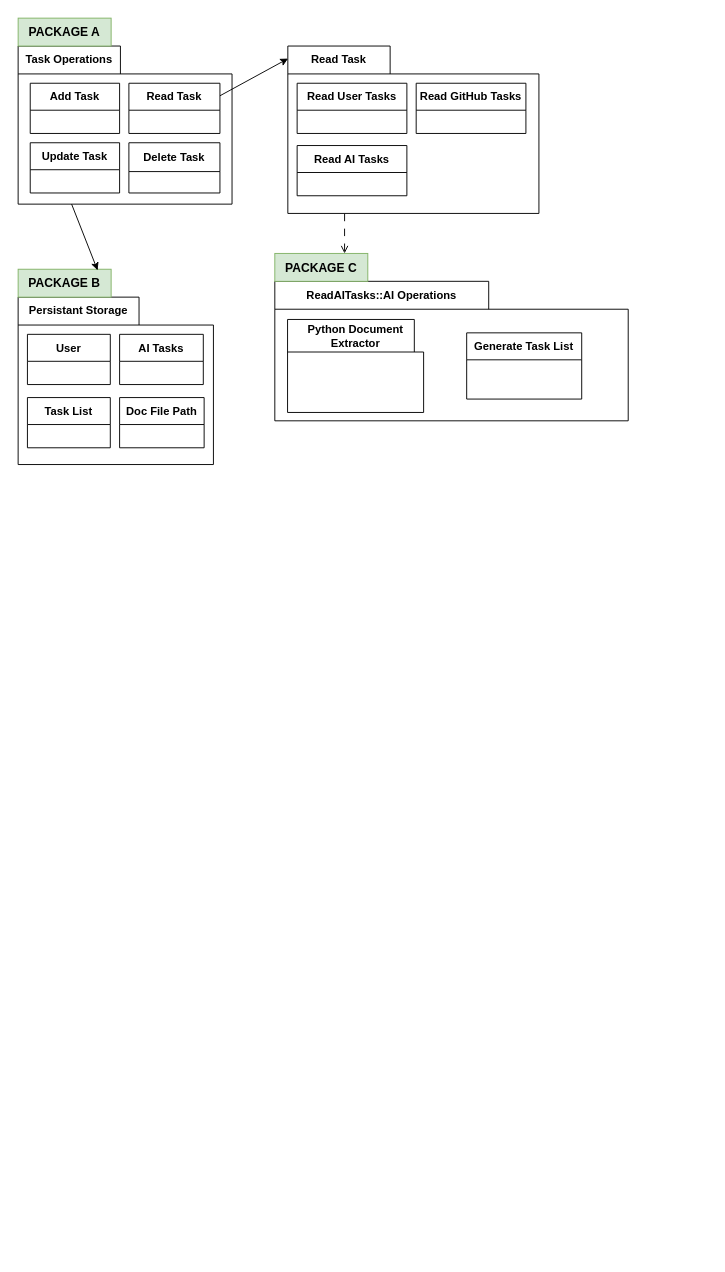
The draw.io diagram .THE OFFICE/Package Diagram AnB.drawio in eZweni-Projects/DevMGMT, before the edit. Source tidied: cells renumbered, new cells numbered last; positions are measured from the earlier drawing's top-left corner, leaving out a move shared by most shapes. Both pictures are drawn from the tidied source at 93%, with x=0, y=0 at pixel (18, 18).
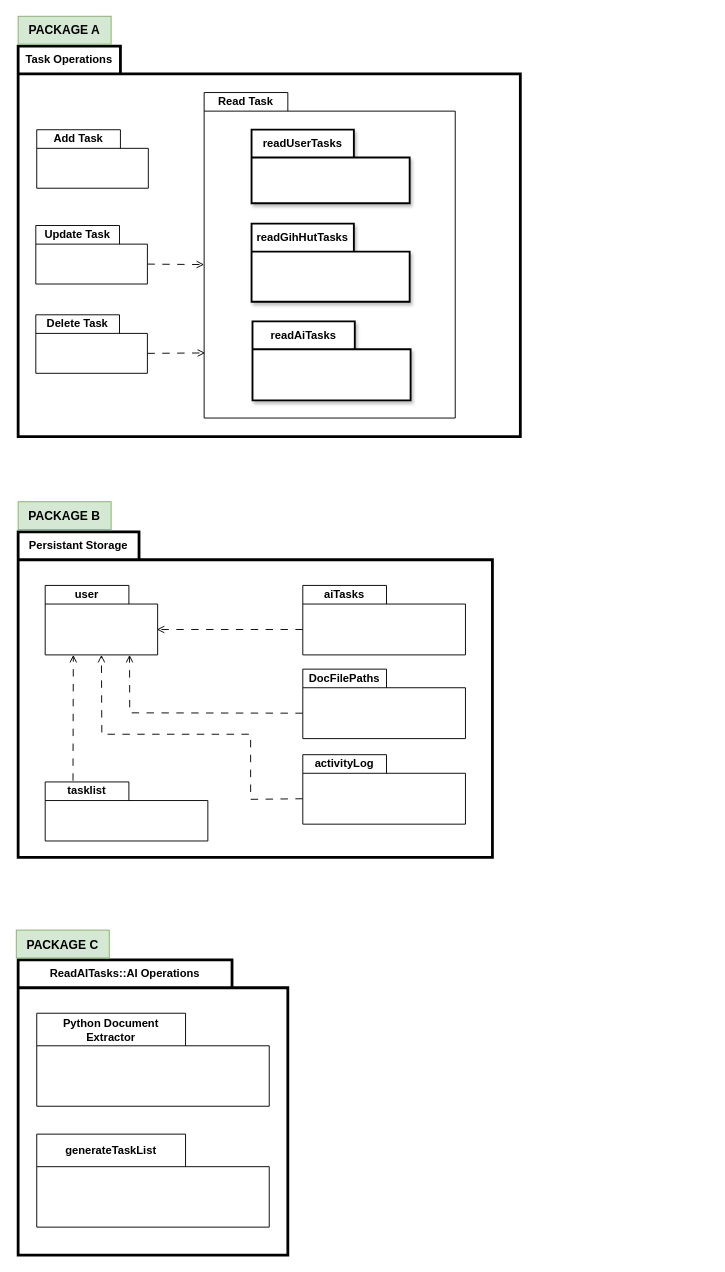
Above is the later version.

The edit, as a diff of the source:
```diff
@@
-    <mxCell id="2" value="Task Operations" style="shape=folder;fontStyle=1;tabWidth=110;tabHeight=30;tabPosition=left;html=1;boundedLbl=1;labelInHeader=1;whiteSpace=wrap;" parent="1" vertex="1">
-      <mxGeometry y="30" width="230" height="170" as="geometry" />
+    <mxCell id="2" value="Task Operations" style="shape=folder;fontStyle=1;tabWidth=110;tabHeight=30;tabPosition=left;html=1;boundedLbl=1;labelInHeader=1;whiteSpace=wrap;strokeWidth=3;" parent="1" vertex="1">
+      <mxGeometry y="30" width="540" height="420" as="geometry" />
     </mxCell>
     <mxCell id="3" style="html=1;strokeColor=none;fillColor=none;whiteSpace=wrap;" parent="2" vertex="1">
-      <mxGeometry width="230" height="113.83" relative="1" as="geometry">
+      <mxGeometry width="540" height="281.22" relative="1" as="geometry">
         <mxPoint y="30" as="offset" />
       </mxGeometry>
     </mxCell>
-    <mxCell id="4" value="Add Task" style="swimlane;fontStyle=1;align=center;verticalAlign=middle;horizontal=1;startSize=29;html=1;whiteSpace=wrap;" parent="2" vertex="1">
-      <mxGeometry x="13" y="40" width="96.1" height="54" as="geometry" />
-    </mxCell>
-    <mxCell id="5" value="Read Task" style="swimlane;fontStyle=1;align=center;verticalAlign=middle;horizontal=1;startSize=29;html=1;whiteSpace=wrap;" parent="2" vertex="1">
-      <mxGeometry x="119.1" y="40" width="97.9" height="54" as="geometry" />
-    </mxCell>
-    <mxCell id="6" value="Update Task" style="swimlane;fontStyle=1;align=center;verticalAlign=middle;horizontal=1;startSize=29;html=1;whiteSpace=wrap;" parent="2" vertex="1">
-      <mxGeometry x="13" y="104" width="96.1" height="54" as="geometry" />
+    <mxCell id="6" value="Update Task" style="shape=folder;fontStyle=1;tabWidth=90;tabHeight=20;tabPosition=left;html=1;boundedLbl=1;labelInHeader=1;whiteSpace=wrap;" parent="2" vertex="1">
+      <mxGeometry x="19" y="193" width="120" height="62.9" as="geometry" />
     </mxCell>
+    <mxCell id="30" style="html=1;strokeColor=none;fillColor=none;whiteSpace=wrap;" parent="6" vertex="1">
+      <mxGeometry width="120" height="44.06" relative="1" as="geometry">
+        <mxPoint y="30" as="offset" />
+      </mxGeometry>
+    </mxCell>
-    <mxCell id="7" value="Delete Task" style="swimlane;fontStyle=1;align=center;verticalAlign=middle;horizontal=1;startSize=31;html=1;whiteSpace=wrap;" parent="2" vertex="1">
-      <mxGeometry x="119.1" y="104" width="97.9" height="54" as="geometry" />
+    <mxCell id="7" value="Delete Task" style="shape=folder;fontStyle=1;tabWidth=90;tabHeight=20;tabPosition=left;html=1;boundedLbl=1;labelInHeader=1;whiteSpace=wrap;" parent="2" vertex="1">
+      <mxGeometry x="19" y="289" width="120" height="62.9" as="geometry" />
     </mxCell>
-    <mxCell id="8" value="Read Task" style="shape=folder;fontStyle=1;tabWidth=110;tabHeight=30;tabPosition=left;html=1;boundedLbl=1;labelInHeader=1;whiteSpace=wrap;" parent="1" vertex="1">
-      <mxGeometry x="290" y="30" width="270" height="180" as="geometry" />
-    </mxCell>
-    <mxCell id="9" style="html=1;strokeColor=none;fillColor=none;whiteSpace=wrap;" parent="8" vertex="1">
-      <mxGeometry width="270" height="120.52" relative="1" as="geometry">
-        <mxPoint y="30" as="offset" />
-      </mxGeometry>
-    </mxCell>
-    <mxCell id="10" value="Read User Tasks" style="swimlane;fontStyle=1;align=center;verticalAlign=middle;horizontal=1;startSize=29;html=1;whiteSpace=wrap;" parent="8" vertex="1">
-      <mxGeometry x="10" y="40" width="118" height="54" as="geometry" />
-    </mxCell>
-    <mxCell id="11" value="Read GitHub Tasks" style="swimlane;fontStyle=1;align=center;verticalAlign=middle;horizontal=1;startSize=29;html=1;whiteSpace=wrap;" parent="8" vertex="1">
-      <mxGeometry x="138" y="40" width="118" height="54" as="geometry" />
-    </mxCell>
-    <mxCell id="12" value="Read AI Tasks" style="swimlane;fontStyle=1;align=center;verticalAlign=middle;horizontal=1;startSize=29;html=1;whiteSpace=wrap;" parent="8" vertex="1">
-      <mxGeometry x="10" y="107" width="118" height="54" as="geometry" />
-    </mxCell>
+    <mxCell id="31" style="html=1;strokeColor=none;fillColor=none;whiteSpace=wrap;" parent="7" vertex="1">
+      <mxGeometry width="120" height="44.06" relative="1" as="geometry">
+        <mxPoint y="30" as="offset" />
+      </mxGeometry>
+    </mxCell>
+    <mxCell id="32" value="Read Task" style="shape=folder;fontStyle=1;tabWidth=90;tabHeight=20;tabPosition=left;html=1;boundedLbl=1;labelInHeader=1;whiteSpace=wrap;" parent="2" vertex="1">
+      <mxGeometry x="200" y="50" width="270" height="350" as="geometry" />
+    </mxCell>
+    <mxCell id="33" style="html=1;strokeColor=none;fillColor=none;whiteSpace=wrap;" parent="32" vertex="1">
+      <mxGeometry width="270" height="245" relative="1" as="geometry">
+        <mxPoint y="30" as="offset" />
+      </mxGeometry>
+    </mxCell>
+    <mxCell id="34" value="readUserTasks" style="shape=folder;fontStyle=1;tabWidth=110;tabHeight=30;tabPosition=left;html=1;boundedLbl=1;labelInHeader=1;whiteSpace=wrap;shadow=1;rounded=0;strokeWidth=2;gradientColor=none;" parent="32" vertex="1">
+      <mxGeometry x="51" y="39.9" width="170" height="79.1" as="geometry" />
+    </mxCell>
+    <mxCell id="35" style="html=1;strokeColor=none;fillColor=none;whiteSpace=wrap;" parent="34" vertex="1">
+      <mxGeometry width="170" height="55.39" relative="1" as="geometry">
+        <mxPoint y="30" as="offset" />
+      </mxGeometry>
+    </mxCell>
+    <mxCell id="36" value="readGihHutTasks" style="shape=folder;fontStyle=1;tabWidth=110;tabHeight=30;tabPosition=left;html=1;boundedLbl=1;labelInHeader=1;whiteSpace=wrap;shadow=1;rounded=0;strokeWidth=2;gradientColor=none;" parent="32" vertex="1">
+      <mxGeometry x="51" y="141" width="170" height="84" as="geometry" />
+    </mxCell>
+    <mxCell id="37" style="html=1;strokeColor=none;fillColor=none;whiteSpace=wrap;" parent="36" vertex="1">
+      <mxGeometry width="144.5" height="58.8" relative="1" as="geometry">
+        <mxPoint y="30" as="offset" />
+      </mxGeometry>
+    </mxCell>
+    <mxCell id="38" value="readAiTasks" style="shape=folder;fontStyle=1;tabWidth=110;tabHeight=30;tabPosition=left;html=1;boundedLbl=1;labelInHeader=1;whiteSpace=wrap;shadow=1;rounded=0;strokeWidth=2;gradientColor=none;" parent="32" vertex="1">
+      <mxGeometry x="52" y="246" width="170" height="85" as="geometry" />
+    </mxCell>
+    <mxCell id="39" style="html=1;strokeColor=none;fillColor=none;whiteSpace=wrap;" parent="38" vertex="1">
+      <mxGeometry width="170" height="59.5" relative="1" as="geometry">
+        <mxPoint y="30" as="offset" />
+      </mxGeometry>
+    </mxCell>
+    <mxCell id="40" style="endArrow=open;html=1;rounded=0;exitX=0;exitY=0;exitDx=120.00000000000001;exitDy=41.47;exitPerimeter=0;entryX=0.004;entryY=0.8;entryDx=0;entryDy=0;entryPerimeter=0;dashed=1;dashPattern=8 8;endFill=0;" parent="2" edge="1" source="7" target="32">
+      <mxGeometry relative="1" as="geometry" />
+    </mxCell>
+    <mxCell id="41" style="endArrow=open;html=1;rounded=0;exitX=0;exitY=0;exitDx=120.00000000000001;exitDy=41.47;exitPerimeter=0;entryX=0;entryY=0;entryDx=0;entryDy=185;entryPerimeter=0;dashed=1;dashPattern=8 8;endFill=0;" parent="2" edge="1" source="6" target="32">
+      <mxGeometry relative="1" as="geometry" />
+    </mxCell>
-    <mxCell id="13" value="ReadAITasks::AI Operations" style="shape=folder;fontStyle=1;tabWidth=230;tabHeight=30;tabPosition=left;html=1;boundedLbl=1;labelInHeader=1;whiteSpace=wrap;" parent="1" vertex="1">
-      <mxGeometry x="276" y="283" width="380" height="150" as="geometry" />
+    <mxCell id="13" value="ReadAITasks::AI Operations" style="shape=folder;fontStyle=1;tabWidth=230;tabHeight=30;tabPosition=left;html=1;boundedLbl=1;labelInHeader=1;whiteSpace=wrap;strokeWidth=3;" parent="1" vertex="1">
+      <mxGeometry y="1012.6" width="290" height="317.4" as="geometry" />
     </mxCell>
     <mxCell id="14" style="html=1;strokeColor=none;fillColor=none;whiteSpace=wrap;" parent="13" vertex="1">
-      <mxGeometry width="380" height="100.43" relative="1" as="geometry">
+      <mxGeometry width="290" height="212.49" relative="1" as="geometry">
         <mxPoint y="30" as="offset" />
       </mxGeometry>
     </mxCell>
     <mxCell id="15" value="Python Document Extractor" style="shape=folder;fontStyle=1;tabWidth=160;tabHeight=35;tabPosition=left;html=1;boundedLbl=1;labelInHeader=1;whiteSpace=wrap;" parent="13" vertex="1">
-      <mxGeometry x="13.7" y="41" width="146.3" height="100" as="geometry" />
+      <mxGeometry x="20" y="57.4" width="250" height="100" as="geometry" />
     </mxCell>
     <mxCell id="16" style="html=1;strokeColor=none;fillColor=none;whiteSpace=wrap;" parent="15" vertex="1">
-      <mxGeometry width="116.2" height="57.14" relative="1" as="geometry">
+      <mxGeometry width="198.53" height="57.14" relative="1" as="geometry">
         <mxPoint y="30" as="offset" />
       </mxGeometry>
     </mxCell>
-    <mxCell id="17" value="Generate Task List" style="swimlane;fontStyle=1;align=center;verticalAlign=middle;horizontal=1;startSize=29;html=1;whiteSpace=wrap;" parent="13" vertex="1">
-      <mxGeometry x="206.3" y="55.4" width="123.7" height="71.2" as="geometry" />
-    </mxCell>
-    <mxCell id="18" style="endArrow=open;html=1;rounded=0;exitX=0.226;exitY=1.002;exitDx=0;exitDy=0;exitPerimeter=0;entryX=0.75;entryY=0;entryDx=0;entryDy=0;dashed=1;dashPattern=8 8;endFill=0;" parent="1" edge="1" source="8" target="19">
-      <mxGeometry relative="1" as="geometry" />
-    </mxCell>
+    <mxCell id="42" value="generateTaskList" style="shape=folder;fontStyle=1;tabWidth=160;tabHeight=35;tabPosition=left;html=1;boundedLbl=1;labelInHeader=1;whiteSpace=wrap;" parent="13" vertex="1">
+      <mxGeometry x="20" y="187.4" width="250" height="100" as="geometry" />
+    </mxCell>
+    <mxCell id="43" style="html=1;strokeColor=none;fillColor=none;whiteSpace=wrap;" parent="42" vertex="1">
+      <mxGeometry width="198.53" height="57.14" relative="1" as="geometry">
+        <mxPoint y="30" as="offset" />
+      </mxGeometry>
+    </mxCell>
     <mxCell id="19" value="&lt;b&gt;&lt;font style=&quot;font-size: 13px;&quot;&gt;PACKAGE C&lt;/font&gt;&lt;/b&gt;" style="text;html=1;align=center;verticalAlign=middle;whiteSpace=wrap;rounded=0;fillColor=#d5e8d4;strokeColor=#82b366;" parent="1" vertex="1">
-      <mxGeometry x="276" y="253" width="100" height="30" as="geometry" />
+      <mxGeometry x="-2" y="980.6" width="100" height="30" as="geometry" />
     </mxCell>
     <mxCell id="20" value="&lt;b&gt;&lt;font style=&quot;font-size: 13px;&quot;&gt;PACKAGE A&lt;/font&gt;&lt;/b&gt;" style="text;html=1;align=center;verticalAlign=middle;whiteSpace=wrap;rounded=0;fillColor=#d5e8d4;strokeColor=#82b366;" parent="1" vertex="1">
-      <mxGeometry width="100" height="30" as="geometry" />
+      <mxGeometry y="-2" width="100" height="30" as="geometry" />
     </mxCell>
-    <mxCell id="21" value="Persistant Storage" style="shape=folder;fontStyle=1;tabWidth=130;tabHeight=30;tabPosition=left;html=1;boundedLbl=1;labelInHeader=1;whiteSpace=wrap;" parent="1" vertex="1">
-      <mxGeometry y="300" width="210" height="180" as="geometry" />
+    <mxCell id="21" value="Persistant Storage" style="shape=folder;fontStyle=1;tabWidth=130;tabHeight=30;tabPosition=left;html=1;boundedLbl=1;labelInHeader=1;whiteSpace=wrap;strokeWidth=3;rounded=0;" parent="1" vertex="1">
+      <mxGeometry y="552.4" width="510" height="350" as="geometry" />
     </mxCell>
     <mxCell id="22" style="html=1;strokeColor=none;fillColor=none;whiteSpace=wrap;" parent="21" vertex="1">
-      <mxGeometry width="210" height="120.52" relative="1" as="geometry">
+      <mxGeometry width="743.14" height="234.35" relative="1" as="geometry">
         <mxPoint y="30" as="offset" />
       </mxGeometry>
     </mxCell>
-    <mxCell id="23" value="User" style="swimlane;fontStyle=1;align=center;verticalAlign=middle;horizontal=1;startSize=29;html=1;whiteSpace=wrap;" parent="21" vertex="1">
-      <mxGeometry x="10" y="40" width="89.1" height="54" as="geometry" />
-    </mxCell>
-    <mxCell id="24" value="AI Tasks" style="swimlane;fontStyle=1;align=center;verticalAlign=middle;horizontal=1;startSize=29;html=1;whiteSpace=wrap;" parent="21" vertex="1">
-      <mxGeometry x="109.1" y="40" width="90" height="54" as="geometry" />
-    </mxCell>
-    <mxCell id="25" value="Task List" style="swimlane;fontStyle=1;align=center;verticalAlign=middle;horizontal=1;startSize=29;html=1;whiteSpace=wrap;" parent="21" vertex="1">
-      <mxGeometry x="10" y="108" width="89.1" height="54" as="geometry" />
-    </mxCell>
-    <mxCell id="26" value="Doc File Path" style="swimlane;fontStyle=1;align=center;verticalAlign=middle;horizontal=1;startSize=29;html=1;whiteSpace=wrap;" parent="21" vertex="1">
-      <mxGeometry x="109.1" y="108" width="90.9" height="54" as="geometry" />
-    </mxCell>
+    <mxCell id="44" value="tasklist" style="shape=folder;fontStyle=1;tabWidth=90;tabHeight=20;tabPosition=left;html=1;boundedLbl=1;labelInHeader=1;whiteSpace=wrap;" parent="21" vertex="1">
+      <mxGeometry x="29.1" y="268.9" width="174.9" height="63.5" as="geometry" />
+    </mxCell>
+    <mxCell id="45" style="html=1;strokeColor=none;fillColor=none;whiteSpace=wrap;" parent="44" vertex="1">
+      <mxGeometry width="174.86" height="44.44" relative="1" as="geometry">
+        <mxPoint y="30" as="offset" />
+      </mxGeometry>
+    </mxCell>
+    <mxCell id="46" style="endArrow=open;html=1;rounded=0;entryX=0.25;entryY=1;entryDx=0;entryDy=0;entryPerimeter=0;dashed=1;dashPattern=8 8;endFill=0;" parent="21" edge="1" target="50">
+      <mxGeometry relative="1" as="geometry">
+        <mxPoint x="59" y="267.6" as="sourcePoint" />
+      </mxGeometry>
+    </mxCell>
+    <mxCell id="47" style="endArrow=open;html=1;rounded=0;entryX=0.5;entryY=1;entryDx=0;entryDy=0;entryPerimeter=0;exitX=0;exitY=0;exitDx=0;exitDy=47.370625;exitPerimeter=0;dashed=1;dashPattern=8 8;endFill=0;" parent="21" edge="1" source="56" target="50">
+      <mxGeometry relative="1" as="geometry">
+        <Array as="points">
+          <mxPoint x="250" y="287.6" />
+          <mxPoint x="250" y="217.6" />
+          <mxPoint x="90" y="217.6" />
+        </Array>
+      </mxGeometry>
+    </mxCell>
+    <mxCell id="48" style="endArrow=open;html=1;rounded=0;exitX=0;exitY=0;exitDx=0;exitDy=47.370625;exitPerimeter=0;entryX=0.75;entryY=1;entryDx=0;entryDy=0;entryPerimeter=0;dashed=1;dashPattern=8 8;endFill=0;" parent="21" edge="1" source="54" target="50">
+      <mxGeometry relative="1" as="geometry">
+        <Array as="points">
+          <mxPoint x="120" y="194.6" />
+        </Array>
+      </mxGeometry>
+    </mxCell>
+    <mxCell id="49" style="endArrow=open;html=1;rounded=0;exitX=0;exitY=0;exitDx=0;exitDy=47.370625;exitPerimeter=0;entryX=0;entryY=0;entryDx=120;entryDy=47.370625;entryPerimeter=0;dashed=1;dashPattern=8 8;endFill=0;" parent="21" edge="1" source="52" target="50">
+      <mxGeometry relative="1" as="geometry" />
+    </mxCell>
+    <mxCell id="50" value="user" style="shape=folder;fontStyle=1;tabWidth=90;tabHeight=20;tabPosition=left;html=1;boundedLbl=1;labelInHeader=1;whiteSpace=wrap;" parent="21" vertex="1">
+      <mxGeometry x="29.1" y="57.6" width="120.9" height="74.7" as="geometry" />
+    </mxCell>
+    <mxCell id="51" style="html=1;strokeColor=none;fillColor=none;whiteSpace=wrap;" parent="50" vertex="1">
+      <mxGeometry width="120.92" height="52.32" relative="1" as="geometry">
+        <mxPoint y="30" as="offset" />
+      </mxGeometry>
+    </mxCell>
+    <mxCell id="52" value="aiTasks" style="shape=folder;fontStyle=1;tabWidth=90;tabHeight=20;tabPosition=left;html=1;boundedLbl=1;labelInHeader=1;whiteSpace=wrap;" parent="21" vertex="1">
+      <mxGeometry x="306.1" y="57.6" width="174.9" height="74.7" as="geometry" />
+    </mxCell>
+    <mxCell id="53" style="html=1;strokeColor=none;fillColor=none;whiteSpace=wrap;" parent="52" vertex="1">
+      <mxGeometry width="174.86" height="52.32" relative="1" as="geometry">
+        <mxPoint y="30" as="offset" />
+      </mxGeometry>
+    </mxCell>
+    <mxCell id="54" value="DocFilePaths" style="shape=folder;fontStyle=1;tabWidth=90;tabHeight=20;tabPosition=left;html=1;boundedLbl=1;labelInHeader=1;whiteSpace=wrap;" parent="21" vertex="1">
+      <mxGeometry x="306.1" y="147.6" width="174.9" height="74.7" as="geometry" />
+    </mxCell>
+    <mxCell id="55" style="html=1;strokeColor=none;fillColor=none;whiteSpace=wrap;" parent="54" vertex="1">
+      <mxGeometry width="174.86" height="52.32" relative="1" as="geometry">
+        <mxPoint y="30" as="offset" />
+      </mxGeometry>
+    </mxCell>
+    <mxCell id="56" value="activityLog" style="shape=folder;fontStyle=1;tabWidth=90;tabHeight=20;tabPosition=left;html=1;boundedLbl=1;labelInHeader=1;whiteSpace=wrap;" parent="21" vertex="1">
+      <mxGeometry x="306.1" y="239.6" width="174.9" height="74.7" as="geometry" />
+    </mxCell>
+    <mxCell id="57" style="html=1;strokeColor=none;fillColor=none;whiteSpace=wrap;" parent="56" vertex="1">
+      <mxGeometry width="174.86" height="52.32" relative="1" as="geometry">
+        <mxPoint y="30" as="offset" />
+      </mxGeometry>
+    </mxCell>
     <mxCell id="27" value="&lt;b&gt;&lt;font style=&quot;font-size: 13px;&quot;&gt;PACKAGE B&lt;/font&gt;&lt;/b&gt;" style="text;html=1;align=center;verticalAlign=middle;whiteSpace=wrap;rounded=0;fillColor=#d5e8d4;strokeColor=#82b366;" parent="1" vertex="1">
-      <mxGeometry y="270" width="100" height="30" as="geometry" />
+      <mxGeometry y="520" width="100" height="30" as="geometry" />
     </mxCell>
-    <mxCell id="28" style="endArrow=classic;html=1;rounded=0;exitX=0.25;exitY=1;exitDx=0;exitDy=0;exitPerimeter=0;entryX=0.854;entryY=0.036;entryDx=0;entryDy=0;entryPerimeter=0;" parent="1" edge="1" source="2" target="27">
-      <mxGeometry relative="1" as="geometry">
-        <Array as="points">
-          <mxPoint x="85" y="270" />
-        </Array>
-      </mxGeometry>
-    </mxCell>
-    <mxCell id="29" style="endArrow=classic;html=1;rounded=0;exitX=1;exitY=0.25;exitDx=0;exitDy=0;entryX=0.001;entryY=0.075;entryDx=0;entryDy=0;entryPerimeter=0;" parent="1" edge="1" source="5" target="8">
-      <mxGeometry relative="1" as="geometry" />
-    </mxCell>
+    <mxCell id="4" value="Add Task" style="shape=folder;fontStyle=1;tabWidth=90;tabHeight=20;tabPosition=left;html=1;boundedLbl=1;labelInHeader=1;whiteSpace=wrap;" parent="1" vertex="1">
+      <mxGeometry x="20" y="120" width="120" height="62.9" as="geometry" />
+    </mxCell>
+    <mxCell id="58" style="html=1;strokeColor=none;fillColor=none;whiteSpace=wrap;" parent="4" vertex="1">
+      <mxGeometry width="120" height="44.06" relative="1" as="geometry">
+        <mxPoint y="30" as="offset" />
+      </mxGeometry>
+    </mxCell>
```
